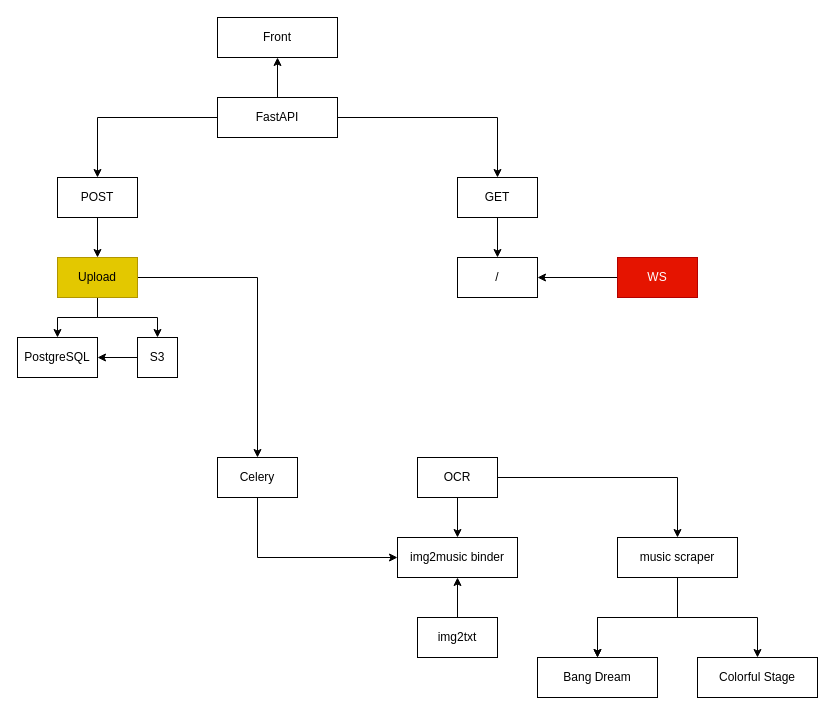
The draw.io diagram page "Copy of Overview" (4 of 4) of data/Diagram.drawio in aintp3d0/GameProfile, before the edit. Source tidied: cells renumbered, new cells numbered last; positions are measured from the earlier drawing's top-left corner, leaving out a move shared by most shapes. Both pictures are drawn from the tidied source at 100%, with x=0, y=0 at pixel (17, 17).
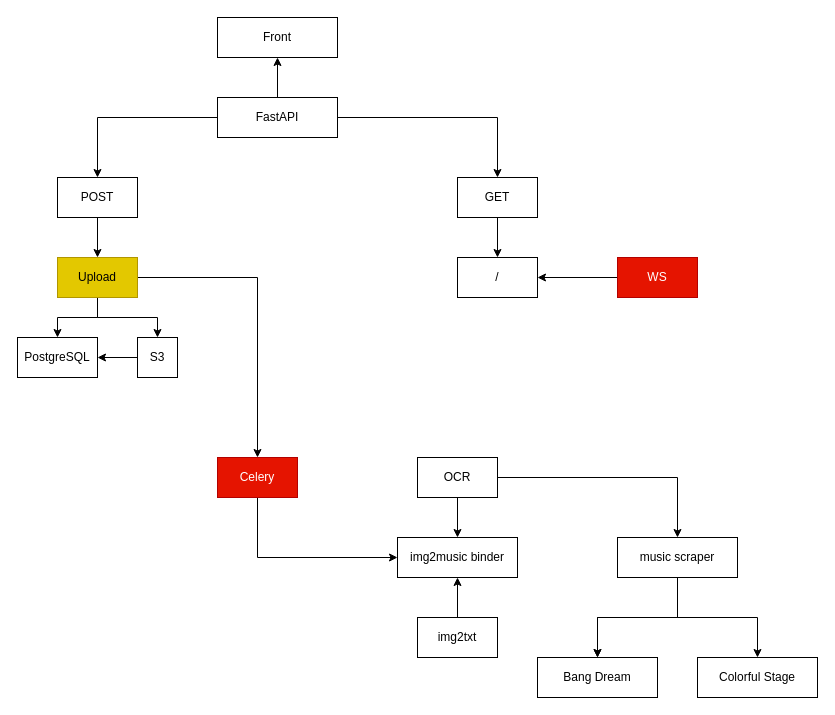
The same page after the edit.

Change to the diagram source:
```diff
@@
-    <mxCell id="8" value="Celery" style="rounded=0;whiteSpace=wrap;html=1;" parent="1" vertex="1">
+    <mxCell id="8" value="Celery" style="rounded=0;whiteSpace=wrap;html=1;fillColor=#e51400;fontColor=#ffffff;strokeColor=#B20000;" parent="1" vertex="1">
       <mxGeometry x="200" y="440" width="80" height="40" as="geometry" />
     </mxCell>
```
